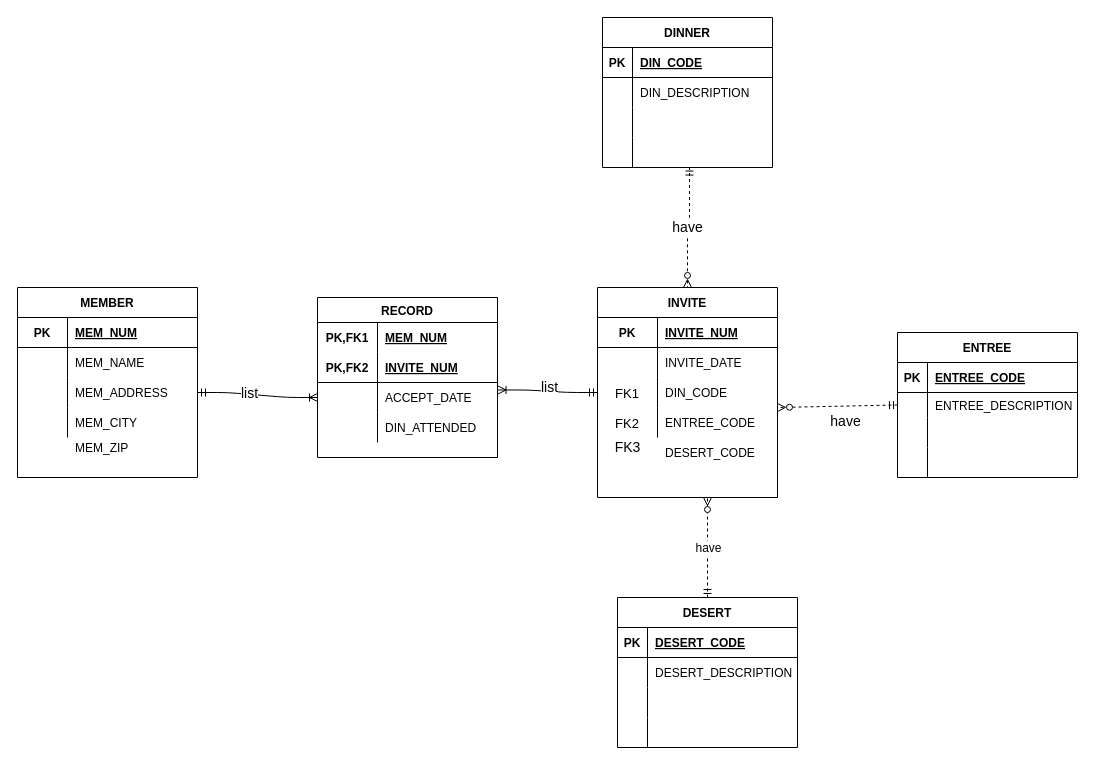
Before: Unaam.drawio in ichigoooo/ichigo, a draw.io diagram. Source tidied: cells renumbered, new cells numbered last; positions are measured from the earlier drawing's top-left corner, leaving out a move shared by most shapes. Both pictures are drawn from the tidied source at 100%, with x=0, y=0 at pixel (17, 17).
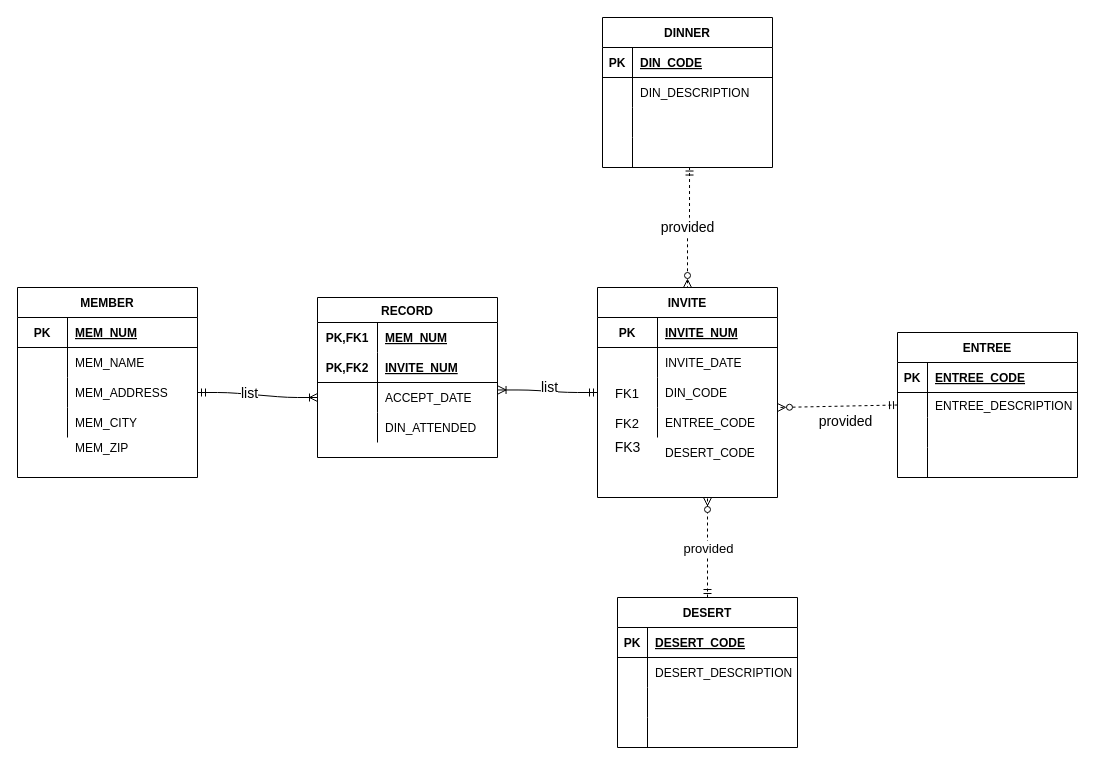
The same page after the edit.

Unchanged cells that the change refers to:
```xml
<mxCell id="56" value="DESERT" style="shape=table;startSize=30;childLayout=tableLayout;rowLines=0;fontStyle=1;align=center;" parent="1" vertex="1">
  <mxGeometry x="600" y="580" width="180" height="150" as="geometry" />
</mxCell>
<mxCell id="86" style="edgeStyle=orthogonalEdgeStyle;fontSize=12;html=1;endArrow=ERzeroToMany;startArrow=ERmandOne;entryX=0.5;entryY=0;entryDx=0;entryDy=0;exitX=0.512;exitY=0.984;exitDx=0;exitDy=0;exitPerimeter=0;dashed=1;" parent="1" edge="1" source="53" target="29">
  <mxGeometry relative="1" as="geometry" />
</mxCell>
<mxCell id="88" style="fontSize=12;html=1;endArrow=ERzeroToMany;startArrow=ERmandOne;entryX=1;entryY=0;entryDx=0;entryDy=0;dashed=1;exitX=0;exitY=0.5;exitDx=0;exitDy=0;entryPerimeter=0;" parent="1" edge="1" source="73" target="39">
  <mxGeometry relative="1" as="geometry" />
</mxCell>
```

What changed in the source:
```diff
@@
-    <mxCell id="87" value="have" style="edgeLabel;html=1;align=center;verticalAlign=middle;fontSize=14;" parent="86" vertex="1">
+    <mxCell id="87" value="provided" style="edgeLabel;html=1;align=center;verticalAlign=middle;fontSize=14;" parent="86" vertex="1">
       <mxGeometry x="-0.22" y="3" relative="1" as="geometry">
         <mxPoint x="-5.1" y="12.2" as="offset" />
       </mxGeometry>
     </mxCell>
@@
-    <mxCell id="89" value="have" style="edgeLabel;html=1;align=center;verticalAlign=middle;fontSize=14;" parent="88" vertex="1">
+    <mxCell id="89" value="provided" style="edgeLabel;html=1;align=center;verticalAlign=middle;fontSize=14;" parent="88" vertex="1">
       <mxGeometry x="-0.22" y="3" relative="1" as="geometry">
         <mxPoint x="-5.1" y="12.2" as="offset" />
       </mxGeometry>
     </mxCell>
-    <mxCell id="90" value="have" style="edgeStyle=orthogonalEdgeStyle;fontSize=12;html=1;endArrow=ERzeroToMany;startArrow=ERmandOne;dashed=1;exitX=0.5;exitY=0;exitDx=0;exitDy=0;" parent="1" edge="1" source="56">
+    <mxCell id="90" value="&lt;font style=&quot;font-size: 13px&quot;&gt;provided&lt;/font&gt;" style="edgeStyle=orthogonalEdgeStyle;fontSize=12;html=1;endArrow=ERzeroToMany;startArrow=ERmandOne;dashed=1;exitX=0.5;exitY=0;exitDx=0;exitDy=0;" parent="1" edge="1" source="56">
       <mxGeometry relative="1" as="geometry">
         <mxPoint x="690" y="480" as="targetPoint" />
       </mxGeometry>
     </mxCell>
```
